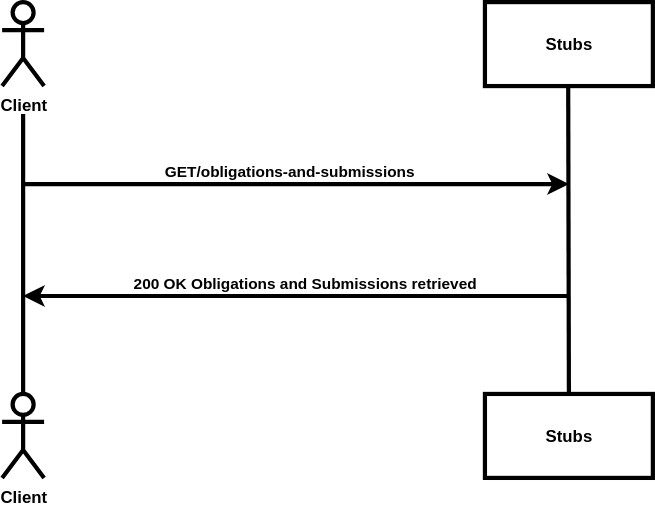
The draw.io diagram source/documentation/figures/obligations-submissions-test-sequence.svg in hmrc/pillar2-service-guide, before a commit. Source tidied: cells renumbered, new cells last; positions are measured from the earlier drawing's top-left corner, leaving out a move shared by most shapes.
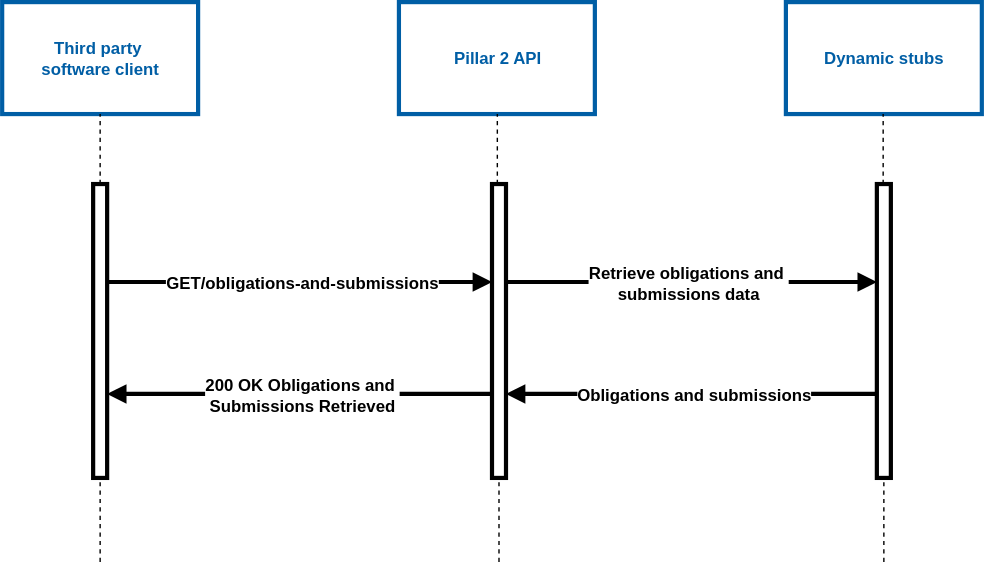
After the commit.

Commit message:
Updated sequence diagrams

Diff of the diagram source:
```diff
@@ -2,50 +2,91 @@
   <root>
     <mxCell id="0" />
     <mxCell id="1" parent="0" />
-    <mxCell id="2" value="Client" style="shape=umlActor;verticalLabelPosition=bottom;verticalAlign=top;html=1;fontStyle=1;strokeWidth=3;" parent="1" vertex="1">
-      <mxGeometry width="30" height="60" as="geometry" />
-    </mxCell>
-    <mxCell id="3" value="Client" style="shape=umlActor;verticalLabelPosition=bottom;verticalAlign=top;html=1;fontStyle=1;strokeWidth=3;" parent="1" vertex="1">
-      <mxGeometry y="280" width="30" height="60" as="geometry" />
-    </mxCell>
-    <mxCell id="4" style="endArrow=none;html=1;rounded=0;fontStyle=1;strokeWidth=3;" parent="1" edge="1">
-      <mxGeometry relative="1" as="geometry">
-        <mxPoint x="15" y="280" as="sourcePoint" />
-        <mxPoint x="15" y="80" as="targetPoint" />
-      </mxGeometry>
-    </mxCell>
-    <mxCell id="5" value="Stubs" style="rounded=0;whiteSpace=wrap;html=1;fontStyle=1;strokeWidth=3;" parent="1" vertex="1">
-      <mxGeometry x="345" width="120" height="60" as="geometry" />
-    </mxCell>
-    <mxCell id="6" value="Stubs" style="rounded=0;whiteSpace=wrap;html=1;fontStyle=1;strokeWidth=3;" parent="1" vertex="1">
-      <mxGeometry x="345" y="280" width="120" height="60" as="geometry" />
-    </mxCell>
-    <mxCell id="7" style="endArrow=none;html=1;rounded=0;exitX=0.5;exitY=0;exitDx=0;exitDy=0;fontStyle=1;strokeWidth=3;" parent="1" edge="1" source="6">
-      <mxGeometry relative="1" as="geometry">
-        <mxPoint x="404.5" y="60" as="targetPoint" />
-      </mxGeometry>
-    </mxCell>
-    <mxCell id="8" style="endArrow=classic;html=1;rounded=0;fontStyle=1;strokeWidth=3;" parent="1" edge="1">
-      <mxGeometry relative="1" as="geometry">
-        <mxPoint x="15" y="130" as="sourcePoint" />
-        <mxPoint x="405" y="130" as="targetPoint" />
-      </mxGeometry>
-    </mxCell>
+    <mxCell id="12" value="&lt;b&gt;&lt;font style=&quot;color: light-dark(rgb(0, 94, 165), rgb(237, 237, 237));&quot;&gt;Third party&amp;nbsp;&lt;/font&gt;&lt;/b&gt;&lt;div&gt;&lt;b&gt;&lt;font style=&quot;color: light-dark(rgb(0, 94, 165), rgb(237, 237, 237));&quot;&gt;software client&lt;/font&gt;&lt;/b&gt;&lt;/div&gt;" style="rounded=0;whiteSpace=wrap;html=1;strokeWidth=3;strokeColor=light-dark(#005ea5, #ededed);" parent="1" vertex="1">
+      <mxGeometry x="-25" y="50" width="140" height="80" as="geometry" />
+    </mxCell>
+    <mxCell id="13" style="endArrow=none;dashed=1;html=1;rounded=0;strokeWidth=1;" parent="1" edge="1" source="15" target="12">
+      <mxGeometry relative="1" as="geometry" />
+    </mxCell>
+    <mxCell id="14" style="endArrow=none;dashed=1;html=1;rounded=0;strokeWidth=1;" parent="1" edge="1" target="15">
+      <mxGeometry relative="1" as="geometry">
+        <mxPoint x="45" y="450" as="sourcePoint" />
+      </mxGeometry>
+    </mxCell>
+    <mxCell id="15" style="html=1;points=[[0,0,0,0,5],[0,1,0,0,-5],[1,0,0,0,5],[1,1,0,0,-5]];perimeter=orthogonalPerimeter;outlineConnect=0;targetShapes=umlLifeline;portConstraint=eastwest;newEdgeStyle={&quot;curved&quot;:0,&quot;rounded&quot;:0};strokeWidth=3;" parent="1" vertex="1">
+      <mxGeometry x="40" y="180" width="10" height="210" as="geometry" />
+    </mxCell>
+    <mxCell id="16" value="&lt;b&gt;&lt;font style=&quot;color: light-dark(rgb(0, 94, 165), rgb(237, 237, 237));&quot;&gt;Pillar 2 API&lt;/font&gt;&lt;/b&gt;" style="rounded=0;whiteSpace=wrap;html=1;strokeWidth=3;strokeColor=light-dark(#005ea5, #ededed);" parent="1" vertex="1">
+      <mxGeometry x="258.5" y="50" width="140" height="80" as="geometry" />
+    </mxCell>
+    <mxCell id="17" style="endArrow=none;dashed=1;html=1;rounded=0;strokeWidth=1;" parent="1" edge="1" source="21" target="16">
+      <mxGeometry relative="1" as="geometry" />
+    </mxCell>
+    <mxCell id="18" style="endArrow=none;dashed=1;html=1;rounded=0;strokeWidth=1;" parent="1" edge="1" target="21">
+      <mxGeometry relative="1" as="geometry">
+        <mxPoint x="330" y="450" as="sourcePoint" />
+      </mxGeometry>
+    </mxCell>
+    <mxCell id="19" value="&lt;b style=&quot;background-color: transparent; color: light-dark(rgb(0, 0, 0), rgb(255, 255, 255));&quot;&gt;&lt;font style=&quot;color: light-dark(rgb(0, 94, 165), rgb(237, 237, 237));&quot;&gt;Dynamic stubs&lt;/font&gt;&lt;/b&gt;" style="rounded=0;whiteSpace=wrap;html=1;strokeWidth=3;strokeColor=light-dark(#005ea5, #ededed);" parent="1" vertex="1">
+      <mxGeometry x="535" y="50" width="140" height="80" as="geometry" />
+    </mxCell>
+    <mxCell id="20" style="endArrow=block;html=1;rounded=0;strokeWidth=3;endFill=1;" parent="1" edge="1" source="15" target="21">
+      <mxGeometry relative="1" as="geometry">
+        <Array as="points">
+          <mxPoint x="85" y="250" />
+        </Array>
+      </mxGeometry>
+    </mxCell>
-    <mxCell id="9" value="GET/obligations-and-submissions" style="edgeLabel;html=1;align=center;verticalAlign=middle;fontStyle=1;" parent="8" vertex="1">
-      <mxGeometry x="-0.15" y="-2" relative="1" as="geometry">
-        <mxPoint x="23" y="-12" as="offset" />
-      </mxGeometry>
+    <mxCell id="9" value="GET/obligations-and-submissions" style="edgeLabel;html=1;align=center;verticalAlign=middle;fontStyle=1;fontSize=12;" parent="20" vertex="1">
+      <mxGeometry relative="1" as="geometry" />
     </mxCell>
-    <mxCell id="10" style="endArrow=classic;html=1;rounded=0;fontStyle=1;strokeWidth=3;" parent="1" edge="1">
-      <mxGeometry relative="1" as="geometry">
-        <mxPoint x="405" y="210" as="sourcePoint" />
-        <mxPoint x="15" y="210" as="targetPoint" />
-      </mxGeometry>
-    </mxCell>
-    <mxCell id="11" value="200 OK Obligations and Submissions retrieved" style="edgeLabel;html=1;align=center;verticalAlign=middle;fontStyle=1;" parent="10" vertex="1">
-      <mxGeometry y="2" relative="1" as="geometry">
-        <mxPoint x="5" y="-12" as="offset" />
-      </mxGeometry>
-    </mxCell>
+    <mxCell id="21" style="html=1;points=[[0,0,0,0,5],[0,1,0,0,-5],[1,0,0,0,5],[1,1,0,0,-5]];perimeter=orthogonalPerimeter;outlineConnect=0;targetShapes=umlLifeline;portConstraint=eastwest;newEdgeStyle={&quot;curved&quot;:0,&quot;rounded&quot;:0};strokeWidth=3;" parent="1" vertex="1">
+      <mxGeometry x="325" y="180" width="10" height="210" as="geometry" />
+    </mxCell>
+    <mxCell id="22" style="endArrow=none;html=1;rounded=0;exitX=0.5;exitY=0.125;exitDx=0;exitDy=0;exitPerimeter=0;strokeWidth=3;startArrow=block;startFill=1;endFill=0;" parent="1" edge="1">
+      <mxGeometry relative="1" as="geometry">
+        <mxPoint x="50" y="330" as="sourcePoint" />
+        <mxPoint x="325" y="330" as="targetPoint" />
+      </mxGeometry>
+    </mxCell>
+    <mxCell id="23" value="200 OK Obligations and&amp;nbsp;&lt;div&gt;Submissions Retrieved&lt;/div&gt;" style="edgeLabel;html=1;align=center;verticalAlign=middle;fontStyle=1;fontSize=12;" parent="22" vertex="1">
+      <mxGeometry relative="1" as="geometry" />
+    </mxCell>
+    <mxCell id="24" style="endArrow=block;html=1;rounded=0;strokeWidth=3;endFill=1;" parent="1" edge="1" source="21" target="26">
+      <mxGeometry relative="1" as="geometry">
+        <Array as="points">
+          <mxPoint x="385" y="250" />
+        </Array>
+      </mxGeometry>
+    </mxCell>
+    <mxCell id="25" value="&lt;div&gt;&lt;span style=&quot;font-size: 12px;&quot;&gt;&lt;b&gt;Retrieve obligations and&amp;nbsp;&lt;/b&gt;&lt;/span&gt;&lt;/div&gt;&lt;div&gt;&lt;span style=&quot;font-size: 12px;&quot;&gt;&lt;b&gt;submissions data&lt;/b&gt;&lt;/span&gt;&lt;/div&gt;" style="edgeLabel;html=1;align=center;verticalAlign=middle;" parent="24" vertex="1">
+      <mxGeometry x="-0.03" y="3" relative="1" as="geometry">
+        <mxPoint x="1" y="3" as="offset" />
+      </mxGeometry>
+    </mxCell>
+    <mxCell id="26" style="html=1;points=[[0,0,0,0,5],[0,1,0,0,-5],[1,0,0,0,5],[1,1,0,0,-5]];perimeter=orthogonalPerimeter;outlineConnect=0;targetShapes=umlLifeline;portConstraint=eastwest;newEdgeStyle={&quot;curved&quot;:0,&quot;rounded&quot;:0};strokeWidth=3;" parent="1" vertex="1">
+      <mxGeometry x="600" y="180" width="10" height="210" as="geometry" />
+    </mxCell>
+    <mxCell id="27" style="endArrow=none;dashed=1;html=1;rounded=0;strokeWidth=1;" parent="1" edge="1">
+      <mxGeometry relative="1" as="geometry">
+        <mxPoint x="604.5" y="180" as="sourcePoint" />
+        <mxPoint x="604.5" y="130" as="targetPoint" />
+      </mxGeometry>
+    </mxCell>
+    <mxCell id="28" style="endArrow=none;dashed=1;html=1;rounded=0;strokeWidth=1;" parent="1" edge="1" target="26">
+      <mxGeometry relative="1" as="geometry">
+        <mxPoint x="605" y="450" as="sourcePoint" />
+      </mxGeometry>
+    </mxCell>
+    <mxCell id="29" style="endArrow=none;html=1;rounded=0;strokeWidth=3;startArrow=block;startFill=1;endFill=0;" parent="1" edge="1" source="21" target="26">
+      <mxGeometry relative="1" as="geometry">
+        <Array as="points">
+          <mxPoint x="415" y="330" />
+        </Array>
+      </mxGeometry>
+    </mxCell>
+    <mxCell id="30" value="Obligations and submissions" style="edgeLabel;html=1;align=center;verticalAlign=middle;fontStyle=1;fontSize=12;" parent="29" vertex="1">
+      <mxGeometry relative="1" as="geometry" />
+    </mxCell>
   </root>
 </mxGraphModel>
```
